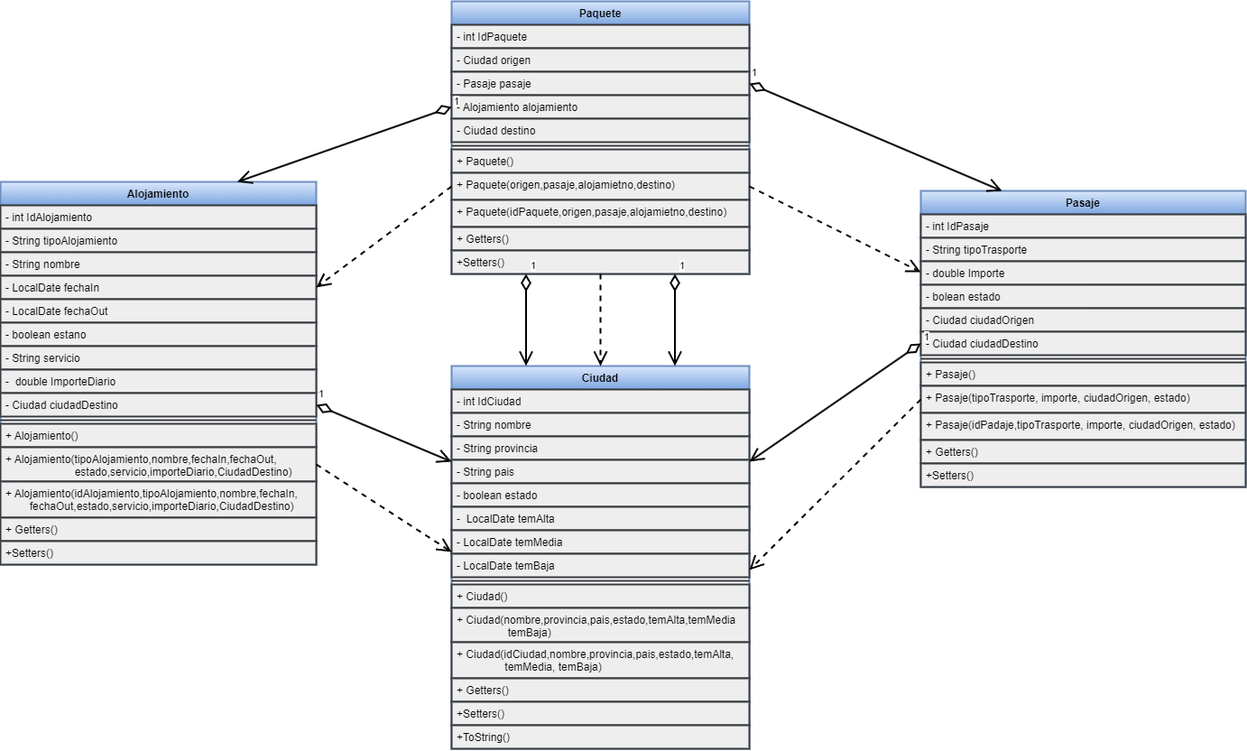
AlanGabrielPerez/ProyectoFinalGrupo67 keeps this draw.io diagram as src/Img/Diagramas/UML.png. Above is the earlier version. Source tidied: cells renumbered, new cells last; positions are measured from the earlier drawing's top-left corner, leaving out a move shared by most shapes.
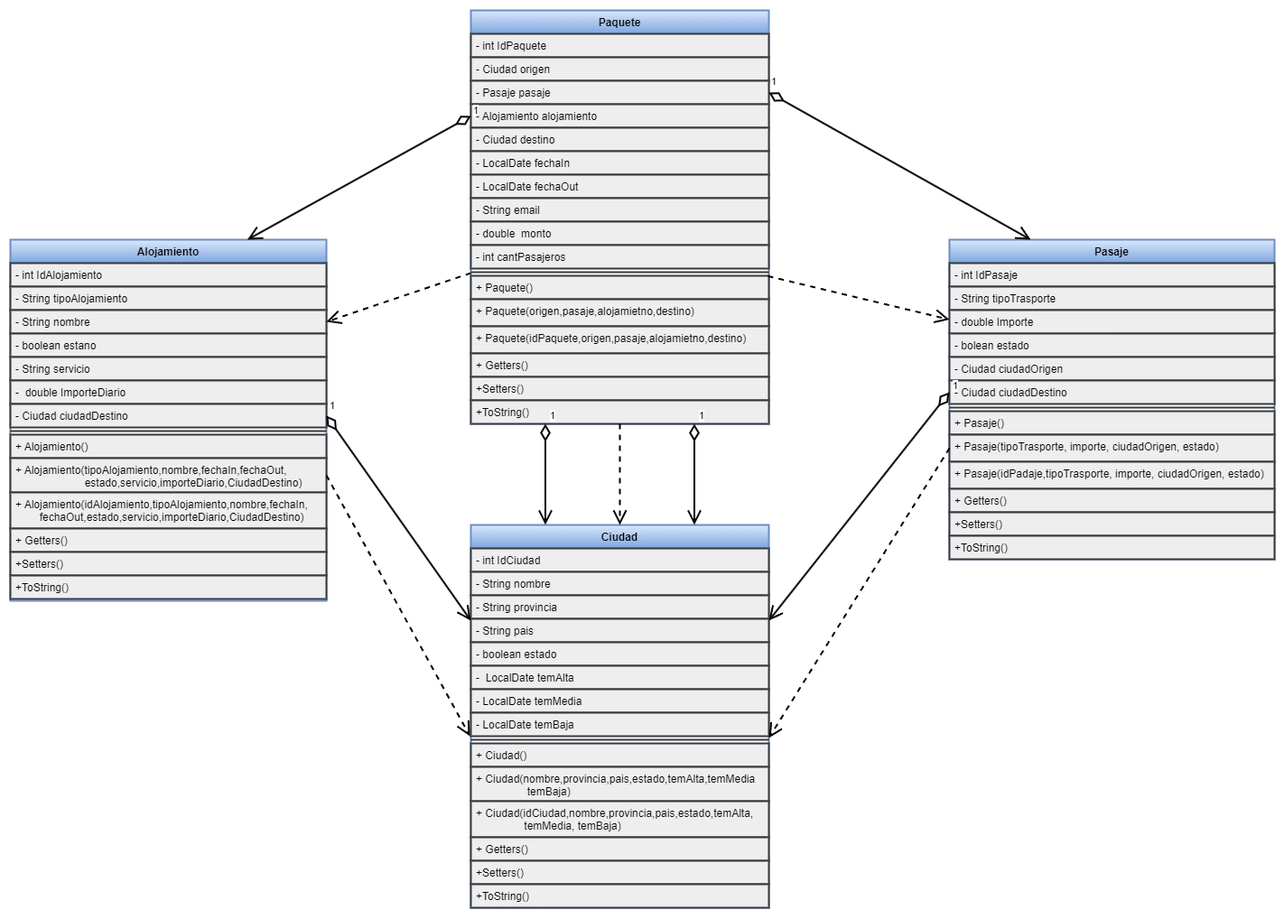
Above is the later version.

The edit, as a diff of the source:
```diff
@@ -3,7 +3,7 @@
     <mxCell id="0" />
     <mxCell id="1" parent="0" />
     <mxCell id="2" value="Alojamiento" style="swimlane;fontStyle=1;align=center;verticalAlign=top;horizontal=1;startSize=26;rounded=0;shadow=0;strokeWidth=2;fillColor=#dae8fc;strokeColor=#6c8ebf;gradientColor=#7ea6e0;" parent="1" vertex="1">
-      <mxGeometry y="200" width="350" height="424" as="geometry" />
+      <mxGeometry x="260" y="404" width="350" height="400" as="geometry" />
     </mxCell>
     <mxCell id="3" value="- int IdAlojamiento" style="text;align=left;verticalAlign=top;spacingLeft=4;spacingRight=4;overflow=hidden;fillColor=#eeeeee;strokeColor=#36393d;strokeWidth=2;" parent="2" vertex="1">
       <mxGeometry y="26" width="350" height="26" as="geometry" />
@@ -14,44 +14,41 @@
     <mxCell id="5" value="- String nombre" style="text;align=left;verticalAlign=top;spacingLeft=4;spacingRight=4;overflow=hidden;points=[[0,0.5],[1,0.5]];portConstraint=eastwest;rounded=0;shadow=0;html=0;fillColor=#eeeeee;strokeColor=#36393d;strokeWidth=2;" parent="2" vertex="1">
       <mxGeometry y="78" width="350" height="26" as="geometry" />
     </mxCell>
-    <mxCell id="6" value="- LocalDate fechaIn" style="text;align=left;verticalAlign=top;spacingLeft=4;spacingRight=4;overflow=hidden;points=[[0,0.5],[1,0.5]];portConstraint=eastwest;fillColor=#eeeeee;strokeColor=#36393d;strokeWidth=2;" parent="2" vertex="1">
-      <mxGeometry y="104" width="350" height="26" as="geometry" />
-    </mxCell>
-    <mxCell id="7" value="- LocalDate fechaOut" style="text;align=left;verticalAlign=top;spacingLeft=4;spacingRight=4;overflow=hidden;fillColor=#eeeeee;strokeColor=#36393d;strokeWidth=2;" parent="2" vertex="1">
-      <mxGeometry y="130" width="350" height="26" as="geometry" />
-    </mxCell>
     <mxCell id="8" value="- boolean estano" style="text;align=left;verticalAlign=top;spacingLeft=4;spacingRight=4;overflow=hidden;rounded=0;shadow=0;html=0;fillColor=#eeeeee;strokeColor=#36393d;strokeWidth=2;" parent="2" vertex="1">
-      <mxGeometry y="156" width="350" height="26" as="geometry" />
+      <mxGeometry y="104" width="350" height="26" as="geometry" />
     </mxCell>
     <mxCell id="9" value="- String servicio" style="text;align=left;verticalAlign=top;spacingLeft=4;spacingRight=4;overflow=hidden;rounded=0;shadow=0;html=0;fillColor=#eeeeee;strokeColor=#36393d;strokeWidth=2;" parent="2" vertex="1">
-      <mxGeometry y="182" width="350" height="26" as="geometry" />
+      <mxGeometry y="130" width="350" height="26" as="geometry" />
     </mxCell>
     <mxCell id="10" value="-  double ImporteDiario" style="text;align=left;verticalAlign=top;spacingLeft=4;spacingRight=4;overflow=hidden;fillColor=#eeeeee;strokeColor=#36393d;strokeWidth=2;" parent="2" vertex="1">
-      <mxGeometry y="208" width="350" height="26" as="geometry" />
+      <mxGeometry y="156" width="350" height="26" as="geometry" />
     </mxCell>
     <mxCell id="11" value="- Ciudad ciudadDestino" style="text;align=left;verticalAlign=top;spacingLeft=4;spacingRight=4;overflow=hidden;points=[[0,0.5],[1,0.5]];portConstraint=eastwest;fillColor=#eeeeee;strokeColor=#36393d;strokeWidth=2;" parent="2" vertex="1">
-      <mxGeometry y="234" width="350" height="26" as="geometry" />
+      <mxGeometry y="182" width="350" height="26" as="geometry" />
     </mxCell>
     <mxCell id="12" style="line;html=1;strokeWidth=2;align=left;verticalAlign=middle;spacingTop=-1;spacingLeft=3;spacingRight=3;labelPosition=right;fillColor=#eeeeee;strokeColor=#36393d;" parent="2" vertex="1">
-      <mxGeometry y="260" width="350" height="8" as="geometry" />
+      <mxGeometry y="208" width="350" height="8" as="geometry" />
     </mxCell>
     <mxCell id="13" value="+ Alojamiento()" style="text;align=left;verticalAlign=top;spacingLeft=4;spacingRight=4;overflow=hidden;fontStyle=0;fillColor=#eeeeee;strokeColor=#36393d;strokeWidth=2;" parent="2" vertex="1">
-      <mxGeometry y="268" width="350" height="26" as="geometry" />
+      <mxGeometry y="216" width="350" height="26" as="geometry" />
     </mxCell>
     <mxCell id="14" value="+ Alojamiento(tipoAlojamiento,nombre,fechaIn,fechaOut,&#10;                       estado,servicio,importeDiario,CiudadDestino)" style="text;align=left;verticalAlign=top;spacingLeft=4;spacingRight=4;overflow=hidden;points=[[0,0.5],[1,0.5]];portConstraint=eastwest;fontStyle=0;fillColor=#eeeeee;strokeColor=#36393d;strokeWidth=2;" parent="2" vertex="1">
-      <mxGeometry y="294" width="350" height="38" as="geometry" />
+      <mxGeometry y="242" width="350" height="38" as="geometry" />
     </mxCell>
     <mxCell id="15" value="+ Alojamiento(idAlojamiento,tipoAlojamiento,nombre,fechaIn,&#10;        fechaOut,estado,servicio,importeDiario,CiudadDestino)" style="text;align=left;verticalAlign=top;spacingLeft=4;spacingRight=4;overflow=hidden;fontStyle=0;fillColor=#eeeeee;strokeColor=#36393d;strokeWidth=2;" parent="2" vertex="1">
-      <mxGeometry y="332" width="350" height="40" as="geometry" />
+      <mxGeometry y="280" width="350" height="40" as="geometry" />
     </mxCell>
     <mxCell id="16" value="+ Getters()" style="text;align=left;verticalAlign=top;spacingLeft=4;spacingRight=4;overflow=hidden;fontStyle=0;fillColor=#eeeeee;strokeColor=#36393d;strokeWidth=2;" parent="2" vertex="1">
-      <mxGeometry y="372" width="350" height="26" as="geometry" />
+      <mxGeometry y="320" width="350" height="26" as="geometry" />
     </mxCell>
     <mxCell id="17" value="+Setters()&#10;" style="text;align=left;verticalAlign=top;spacingLeft=4;spacingRight=4;overflow=hidden;fillColor=#eeeeee;strokeColor=#36393d;strokeWidth=2;" parent="2" vertex="1">
-      <mxGeometry y="398" width="350" height="26" as="geometry" />
+      <mxGeometry y="346" width="350" height="26" as="geometry" />
     </mxCell>
+    <mxCell id="70" value="+ToString()" style="text;align=left;verticalAlign=top;spacingLeft=4;spacingRight=4;overflow=hidden;fillColor=#eeeeee;strokeColor=#36393d;strokeWidth=2;" parent="2" vertex="1">
+      <mxGeometry y="372" width="350" height="26" as="geometry" />
+    </mxCell>
     <mxCell id="18" value="Ciudad" style="swimlane;fontStyle=1;align=center;verticalAlign=top;horizontal=1;startSize=26;rounded=0;shadow=0;strokeWidth=2;fillColor=#dae8fc;strokeColor=#6c8ebf;gradientColor=#7ea6e0;" parent="1" vertex="1">
-      <mxGeometry x="500" y="404" width="330" height="424" as="geometry" />
+      <mxGeometry x="770" y="720" width="330" height="424" as="geometry" />
     </mxCell>
     <mxCell id="19" value="- int IdCiudad" style="text;align=left;verticalAlign=top;spacingLeft=4;spacingRight=4;overflow=hidden;fillColor=#eeeeee;strokeColor=#36393d;strokeWidth=2;" parent="18" vertex="1">
       <mxGeometry y="26" width="330" height="26" as="geometry" />
@@ -99,7 +96,7 @@
       <mxGeometry y="398" width="330" height="26" as="geometry" />
     </mxCell>
     <mxCell id="34" value="Paquete" style="swimlane;fontStyle=1;align=center;verticalAlign=top;horizontal=1;startSize=26;rounded=0;shadow=0;strokeWidth=2;fillColor=#dae8fc;strokeColor=#6c8ebf;gradientColor=#7ea6e0;" parent="1" vertex="1">
-      <mxGeometry x="500" width="330" height="302" as="geometry" />
+      <mxGeometry x="770" y="150" width="330" height="458" as="geometry" />
     </mxCell>
     <mxCell id="35" value="- int IdPaquete" style="text;align=left;verticalAlign=top;spacingLeft=4;spacingRight=4;overflow=hidden;fillColor=#eeeeee;strokeColor=#36393d;strokeWidth=2;" parent="34" vertex="1">
       <mxGeometry y="26" width="330" height="26" as="geometry" />
@@ -116,26 +113,44 @@
     <mxCell id="39" value="- Ciudad destino" style="text;align=left;verticalAlign=top;spacingLeft=4;spacingRight=4;overflow=hidden;rounded=0;shadow=0;html=0;fillColor=#eeeeee;strokeColor=#36393d;strokeWidth=2;" parent="34" vertex="1">
       <mxGeometry y="130" width="330" height="26" as="geometry" />
     </mxCell>
+    <mxCell id="6" value="- LocalDate fechaIn" style="text;align=left;verticalAlign=top;spacingLeft=4;spacingRight=4;overflow=hidden;points=[[0,0.5],[1,0.5]];portConstraint=eastwest;fillColor=#eeeeee;strokeColor=#36393d;strokeWidth=2;" parent="34" vertex="1">
+      <mxGeometry y="156" width="330" height="26" as="geometry" />
+    </mxCell>
+    <mxCell id="7" value="- LocalDate fechaOut" style="text;align=left;verticalAlign=top;spacingLeft=4;spacingRight=4;overflow=hidden;fillColor=#eeeeee;strokeColor=#36393d;strokeWidth=2;" parent="34" vertex="1">
+      <mxGeometry y="182" width="330" height="26" as="geometry" />
+    </mxCell>
+    <mxCell id="71" value="- String email" style="text;align=left;verticalAlign=top;spacingLeft=4;spacingRight=4;overflow=hidden;fillColor=#eeeeee;strokeColor=#36393d;strokeWidth=2;" parent="34" vertex="1">
+      <mxGeometry y="208" width="330" height="26" as="geometry" />
+    </mxCell>
+    <mxCell id="72" value="- double  monto" style="text;align=left;verticalAlign=top;spacingLeft=4;spacingRight=4;overflow=hidden;fillColor=#eeeeee;strokeColor=#36393d;strokeWidth=2;" parent="34" vertex="1">
+      <mxGeometry y="234" width="330" height="26" as="geometry" />
+    </mxCell>
+    <mxCell id="73" value="- int cantPasajeros" style="text;align=left;verticalAlign=top;spacingLeft=4;spacingRight=4;overflow=hidden;points=[[0,0.5],[1,0.5]];portConstraint=eastwest;fillColor=#eeeeee;strokeColor=#36393d;strokeWidth=2;" parent="34" vertex="1">
+      <mxGeometry y="260" width="330" height="26" as="geometry" />
+    </mxCell>
     <mxCell id="40" style="line;html=1;strokeWidth=2;align=left;verticalAlign=middle;spacingTop=-1;spacingLeft=3;spacingRight=3;labelPosition=right;fillColor=#eeeeee;strokeColor=#36393d;" parent="34" vertex="1">
-      <mxGeometry y="156" width="330" height="8" as="geometry" />
+      <mxGeometry y="286" width="330" height="8" as="geometry" />
     </mxCell>
     <mxCell id="41" value="+ Paquete()" style="text;align=left;verticalAlign=top;spacingLeft=4;spacingRight=4;overflow=hidden;fontStyle=0;fillColor=#eeeeee;strokeColor=#36393d;strokeWidth=2;" parent="34" vertex="1">
-      <mxGeometry y="164" width="330" height="26" as="geometry" />
+      <mxGeometry y="294" width="330" height="26" as="geometry" />
     </mxCell>
     <mxCell id="42" value="+ Paquete(origen,pasaje,alojamietno,destino)" style="text;align=left;verticalAlign=top;spacingLeft=4;spacingRight=4;overflow=hidden;points=[[0,0.5],[1,0.5]];portConstraint=eastwest;fontStyle=0;fillColor=#eeeeee;strokeColor=#36393d;strokeWidth=2;" parent="34" vertex="1">
-      <mxGeometry y="190" width="330" height="30" as="geometry" />
+      <mxGeometry y="320" width="330" height="30" as="geometry" />
     </mxCell>
     <mxCell id="43" value="+ Paquete(idPaquete,origen,pasaje,alojamietno,destino)" style="text;align=left;verticalAlign=top;spacingLeft=4;spacingRight=4;overflow=hidden;fontStyle=0;fillColor=#eeeeee;strokeColor=#36393d;strokeWidth=2;" parent="34" vertex="1">
-      <mxGeometry y="220" width="330" height="30" as="geometry" />
+      <mxGeometry y="350" width="330" height="30" as="geometry" />
     </mxCell>
     <mxCell id="44" value="+ Getters()" style="text;align=left;verticalAlign=top;spacingLeft=4;spacingRight=4;overflow=hidden;fontStyle=0;fillColor=#eeeeee;strokeColor=#36393d;strokeWidth=2;" parent="34" vertex="1">
-      <mxGeometry y="250" width="330" height="26" as="geometry" />
+      <mxGeometry y="380" width="330" height="26" as="geometry" />
     </mxCell>
     <mxCell id="45" value="+Setters()&#10;" style="text;align=left;verticalAlign=top;spacingLeft=4;spacingRight=4;overflow=hidden;fillColor=#eeeeee;strokeColor=#36393d;strokeWidth=2;" parent="34" vertex="1">
-      <mxGeometry y="276" width="330" height="26" as="geometry" />
+      <mxGeometry y="406" width="330" height="26" as="geometry" />
     </mxCell>
+    <mxCell id="74" value="+ToString()" style="text;align=left;verticalAlign=top;spacingLeft=4;spacingRight=4;overflow=hidden;fillColor=#eeeeee;strokeColor=#36393d;strokeWidth=2;" parent="34" vertex="1">
+      <mxGeometry y="432" width="330" height="26" as="geometry" />
+    </mxCell>
     <mxCell id="46" value="Pasaje" style="swimlane;fontStyle=1;align=center;verticalAlign=top;horizontal=1;startSize=26;rounded=0;shadow=0;strokeWidth=2;fillColor=#dae8fc;strokeColor=#6c8ebf;gradientColor=#7ea6e0;" parent="1" vertex="1">
-      <mxGeometry x="1020" y="210" width="360" height="328" as="geometry" />
+      <mxGeometry x="1300" y="404" width="360" height="354" as="geometry" />
     </mxCell>
     <mxCell id="47" value="- int IdPasaje" style="text;align=left;verticalAlign=top;spacingLeft=4;spacingRight=4;overflow=hidden;fillColor=#eeeeee;strokeColor=#36393d;strokeWidth=2;" parent="46" vertex="1">
       <mxGeometry y="26" width="360" height="26" as="geometry" />
@@ -173,6 +188,9 @@
     <mxCell id="58" value="+Setters()&#10;" style="text;align=left;verticalAlign=top;spacingLeft=4;spacingRight=4;overflow=hidden;fillColor=#eeeeee;strokeColor=#36393d;strokeWidth=2;" parent="46" vertex="1">
       <mxGeometry y="302" width="360" height="26" as="geometry" />
     </mxCell>
+    <mxCell id="75" value="+ToString()" style="text;align=left;verticalAlign=top;spacingLeft=4;spacingRight=4;overflow=hidden;fillColor=#eeeeee;strokeColor=#36393d;strokeWidth=2;" parent="46" vertex="1">
+      <mxGeometry y="328" width="360" height="26" as="geometry" />
+    </mxCell>
     <mxCell id="59" value="1" style="endArrow=open;html=1;endSize=12;startArrow=diamondThin;startSize=14;startFill=0;edgeStyle=orthogonalEdgeStyle;align=left;verticalAlign=bottom;rounded=0;exitX=0.25;exitY=1;exitDx=0;exitDy=0;entryX=0.25;entryY=0;entryDx=0;entryDy=0;strokeWidth=2;" parent="1" edge="1" source="34" target="18">
       <mxGeometry x="-1" y="3" relative="1" as="geometry" />
     </mxCell>
@@ -191,29 +209,22 @@
     <mxCell id="64" value="1" style="endArrow=open;html=1;endSize=12;startArrow=diamondThin;startSize=14;startFill=0;align=left;verticalAlign=bottom;rounded=0;exitX=1;exitY=0.5;exitDx=0;exitDy=0;entryX=0;entryY=0.25;entryDx=0;entryDy=0;strokeWidth=2;" parent="1" edge="1" source="11" target="18">
       <mxGeometry x="-1" y="3" relative="1" as="geometry" />
     </mxCell>
-    <mxCell id="65" style="endArrow=open;endSize=12;dashed=1;html=1;rounded=0;exitX=0.5;exitY=1;exitDx=0;exitDy=0;entryX=0.5;entryY=0;entryDx=0;entryDy=0;strokeWidth=2;" parent="1" edge="1">
-      <mxGeometry relative="1" as="geometry">
-        <mxPoint x="665" y="302" as="sourcePoint" />
-        <mxPoint x="665" y="404" as="targetPoint" />
-      </mxGeometry>
+    <mxCell id="65" style="endArrow=open;endSize=12;dashed=1;html=1;rounded=0;entryX=0.5;entryY=0;entryDx=0;entryDy=0;strokeWidth=2;exitX=0.5;exitY=1;exitDx=0;exitDy=0;" parent="1" edge="1" source="34" target="18">
+      <mxGeometry relative="1" as="geometry" />
     </mxCell>
-    <mxCell id="66" style="endArrow=open;endSize=12;dashed=1;html=1;rounded=0;exitX=1;exitY=0.5;exitDx=0;exitDy=0;strokeWidth=2;" parent="1" edge="1" source="14">
-      <mxGeometry relative="1" as="geometry">
-        <mxPoint x="500" y="610" as="targetPoint" />
-      </mxGeometry>
+    <mxCell id="66" style="endArrow=open;endSize=12;dashed=1;html=1;rounded=0;exitX=1;exitY=0.5;exitDx=0;exitDy=0;strokeWidth=2;entryX=-0.003;entryY=0;entryDx=0;entryDy=0;entryPerimeter=0;" parent="1" edge="1" source="14" target="27">
+      <mxGeometry relative="1" as="geometry" />
     </mxCell>
-    <mxCell id="67" style="endArrow=open;endSize=12;dashed=1;html=1;rounded=0;exitX=0;exitY=0.5;exitDx=0;exitDy=0;strokeWidth=2;" parent="1" edge="1" source="55">
-      <mxGeometry relative="1" as="geometry">
-        <mxPoint x="830" y="630" as="targetPoint" />
-      </mxGeometry>
+    <mxCell id="67" style="endArrow=open;endSize=12;dashed=1;html=1;rounded=0;exitX=0;exitY=0.5;exitDx=0;exitDy=0;strokeWidth=2;entryX=1;entryY=0.25;entryDx=0;entryDy=0;entryPerimeter=0;" parent="1" edge="1" source="55" target="27">
+      <mxGeometry relative="1" as="geometry" />
     </mxCell>
-    <mxCell id="68" style="endArrow=open;endSize=12;dashed=1;html=1;rounded=0;exitX=0;exitY=0.5;exitDx=0;exitDy=0;entryX=1;entryY=0.5;entryDx=0;entryDy=0;strokeWidth=2;" parent="1" edge="1" source="42" target="6">
-      <mxGeometry relative="1" as="geometry" />
+    <mxCell id="68" style="endArrow=open;endSize=12;dashed=1;html=1;rounded=0;strokeWidth=2;entryX=1;entryY=0.5;entryDx=0;entryDy=0;" parent="1" edge="1" target="5">
+      <mxGeometry relative="1" as="geometry">
+        <mxPoint x="770" y="441" as="sourcePoint" />
+      </mxGeometry>
     </mxCell>
-    <mxCell id="69" style="endArrow=open;endSize=12;dashed=1;html=1;rounded=0;exitX=1;exitY=0.5;exitDx=0;exitDy=0;strokeWidth=2;" parent="1" edge="1" source="42">
-      <mxGeometry relative="1" as="geometry">
-        <mxPoint x="1020" y="300" as="targetPoint" />
-      </mxGeometry>
+    <mxCell id="69" style="endArrow=open;endSize=12;dashed=1;html=1;rounded=0;strokeWidth=2;entryX=0;entryY=0.25;entryDx=0;entryDy=0;exitX=0.997;exitY=1.324;exitDx=0;exitDy=0;exitPerimeter=0;" parent="1" edge="1" source="73" target="46">
+      <mxGeometry relative="1" as="geometry" />
     </mxCell>
   </root>
 </mxGraphModel>
```
